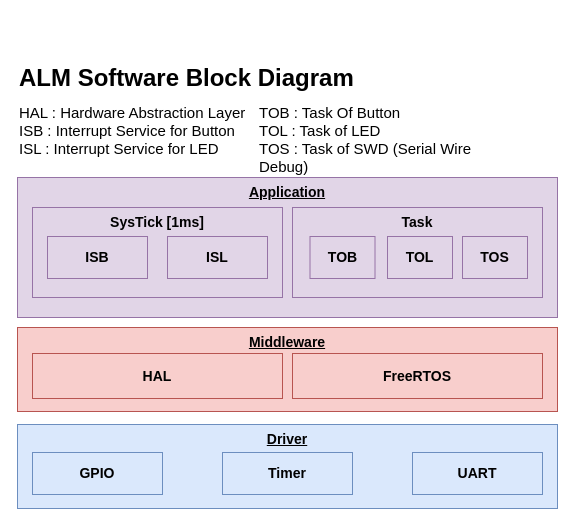
Before: page "SoftwareBlockDiagram" (3 of 16) of Resources/Part2/Part2_ALM_Diagram.drawio in gtuja/CSC_MS, a draw.io diagram. Source tidied: cells renumbered, new cells numbered last; positions are measured from the earlier drawing's top-left corner, leaving out a move shared by most shapes. Both pictures are drawn from the tidied source at 100%, with x=0, y=0 at pixel (17, 57).
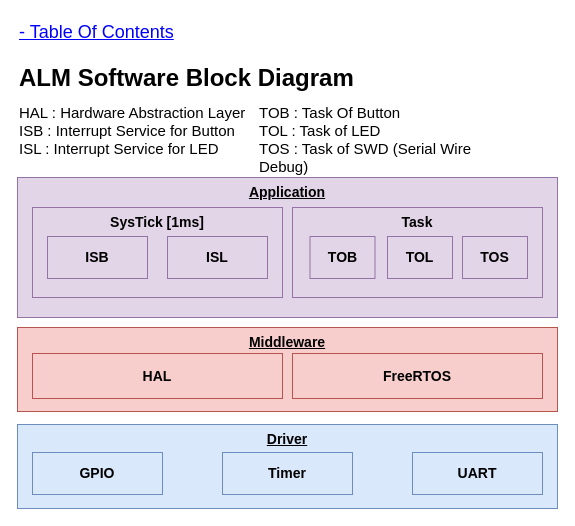
The same page after the edit.

Change to the diagram source:
```diff
@@
+    <mxCell id="20" value="- Table Of Contents" style="text;html=1;align=left;verticalAlign=middle;whiteSpace=wrap;rounded=0;fontStyle=4;fontFamily=Calibri;fontSize=18;fontColor=#0000FF;" parent="1" vertex="1">
+      <mxGeometry y="-40" width="240" height="30" as="geometry" />
+    </mxCell>
```
